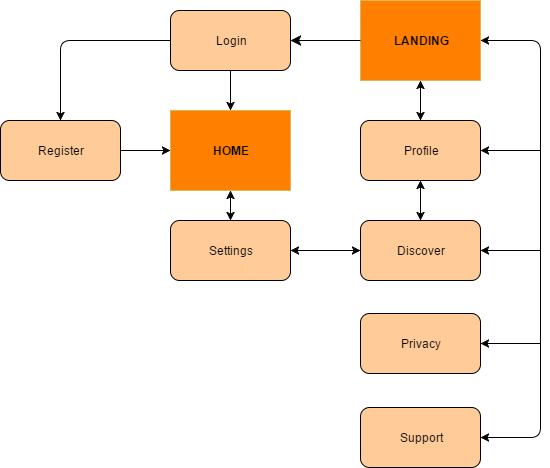
The draw.io diagram Images/Design/sitemap.png in NTanzeel/Fidelis-Report, before a commit. Source tidied: cells renumbered, new cells last; positions are measured from the earlier drawing's top-left corner, leaving out a move shared by most shapes. Its diagram source:
```xml
<mxGraphModel background="#ffffff">
  <root>
    <mxCell id="0" />
    <mxCell id="1" parent="0" />
    <mxCell id="2" style="group;" parent="1" vertex="1">
      <mxGeometry width="540" height="467" as="geometry" />
    </mxCell>
    <mxCell id="3" value="&lt;b&gt;LANDING&lt;/b&gt;" style="rounded=0;whiteSpace=wrap;html=1;fillColor=#FF8000;strokeColor=#d6b656;" parent="2" vertex="1">
      <mxGeometry x="360" width="120" height="80" as="geometry" />
    </mxCell>
    <mxCell id="4" value="Login" style="rounded=1;whiteSpace=wrap;html=1;fillColor=#FFCC99;strokeColor=#000000;" parent="2" vertex="1">
      <mxGeometry x="170" y="10" width="120" height="60" as="geometry" />
    </mxCell>
    <mxCell id="5" value="Register" style="rounded=1;whiteSpace=wrap;html=1;fillColor=#FFCC99;strokeColor=#000000;" parent="2" vertex="1">
      <mxGeometry y="120" width="120" height="60" as="geometry" />
    </mxCell>
    <mxCell id="6" value="&lt;b&gt;HOME&lt;/b&gt;" style="rounded=0;whiteSpace=wrap;html=1;fillColor=#FF8000;strokeColor=#d6b656;" parent="2" vertex="1">
      <mxGeometry x="170" y="110" width="120" height="80" as="geometry" />
    </mxCell>
    <mxCell id="7" value="Settings" style="rounded=1;whiteSpace=wrap;html=1;fillColor=#FFCC99;" parent="2" vertex="1">
      <mxGeometry x="170" y="220" width="120" height="60" as="geometry" />
    </mxCell>
    <mxCell id="8" value="Profile" style="rounded=1;whiteSpace=wrap;html=1;fillColor=#FFCC99;" parent="2" vertex="1">
      <mxGeometry x="360" y="120" width="120" height="60" as="geometry" />
    </mxCell>
    <mxCell id="9" value="Discover" style="rounded=1;whiteSpace=wrap;html=1;fillColor=#FFCC99;" parent="2" vertex="1">
      <mxGeometry x="360" y="220" width="120" height="60" as="geometry" />
    </mxCell>
    <mxCell id="10" style="endArrow=classic;html=1;entryX=1;entryY=0.5;exitX=0;exitY=0.5;endSize=8;startSize=8;" parent="2" edge="1" source="3" target="4">
      <mxGeometry relative="1" as="geometry" />
    </mxCell>
    <mxCell id="11" style="endArrow=classic;html=1;exitX=0.5;exitY=1;entryX=0.5;entryY=0;" parent="2" edge="1" source="4" target="6">
      <mxGeometry relative="1" as="geometry" />
    </mxCell>
    <mxCell id="12" style="endArrow=classic;html=1;entryX=1;entryY=0.5;rounded=1;exitX=1;exitY=0.5;startArrow=classic;startFill=1;" parent="2" edge="1" source="3" target="20">
      <mxGeometry relative="1" as="geometry">
        <Array as="points">
          <mxPoint x="540" y="40" />
          <mxPoint x="540" y="437" />
        </Array>
      </mxGeometry>
    </mxCell>
    <mxCell id="13" style="endArrow=classic;startArrow=classic;html=1;entryX=0.5;entryY=1;exitX=0.5;exitY=0;" parent="2" edge="1" source="8" target="3">
      <mxGeometry relative="1" as="geometry" />
    </mxCell>
    <mxCell id="14" style="endArrow=classic;startArrow=classic;html=1;entryX=0.5;entryY=1;exitX=0.5;exitY=0;" parent="2" edge="1" source="9" target="8">
      <mxGeometry relative="1" as="geometry" />
    </mxCell>
    <mxCell id="15" style="endArrow=classic;startArrow=classic;html=1;entryX=0;entryY=0.5;exitX=1;exitY=0.5;" parent="2" edge="1" source="7" target="9">
      <mxGeometry relative="1" as="geometry" />
    </mxCell>
    <mxCell id="16" style="endArrow=classic;startArrow=classic;html=1;entryX=0.5;entryY=1;exitX=0.5;exitY=0;" parent="2" edge="1" source="7" target="6">
      <mxGeometry relative="1" as="geometry" />
    </mxCell>
    <mxCell id="17" style="endArrow=classic;html=1;exitX=0;exitY=0.5;entryX=0.5;entryY=0;" parent="2" edge="1" source="4" target="5">
      <mxGeometry relative="1" as="geometry">
        <Array as="points">
          <mxPoint x="60" y="40" />
        </Array>
      </mxGeometry>
    </mxCell>
    <mxCell id="18" style="endArrow=classic;html=1;entryX=0;entryY=0.5;exitX=1;exitY=0.5;" parent="2" edge="1" source="5" target="6">
      <mxGeometry relative="1" as="geometry" />
    </mxCell>
    <mxCell id="19" value="Privacy" style="rounded=1;whiteSpace=wrap;html=1;fillColor=#FFCC99;" parent="2" vertex="1">
      <mxGeometry x="360" y="313" width="120" height="60" as="geometry" />
    </mxCell>
    <mxCell id="20" value="Support" style="rounded=1;whiteSpace=wrap;html=1;fillColor=#FFCC99;" parent="2" vertex="1">
      <mxGeometry x="360" y="407" width="120" height="60" as="geometry" />
    </mxCell>
    <mxCell id="21" style="endArrow=classic;html=1;entryX=1;entryY=0.5;" parent="2" edge="1" target="8">
      <mxGeometry relative="1" as="geometry">
        <mxPoint x="540" y="150" as="sourcePoint" />
      </mxGeometry>
    </mxCell>
    <mxCell id="22" style="endArrow=classic;html=1;entryX=1;entryY=0.5;" parent="2" edge="1">
      <mxGeometry relative="1" as="geometry">
        <mxPoint x="540" y="250" as="sourcePoint" />
        <mxPoint x="480" y="250" as="targetPoint" />
      </mxGeometry>
    </mxCell>
    <mxCell id="23" style="endArrow=classic;html=1;entryX=1;entryY=0.5;" parent="2" edge="1">
      <mxGeometry relative="1" as="geometry">
        <mxPoint x="540" y="343" as="sourcePoint" />
        <mxPoint x="480" y="343" as="targetPoint" />
      </mxGeometry>
    </mxCell>
  </root>
</mxGraphModel>
```
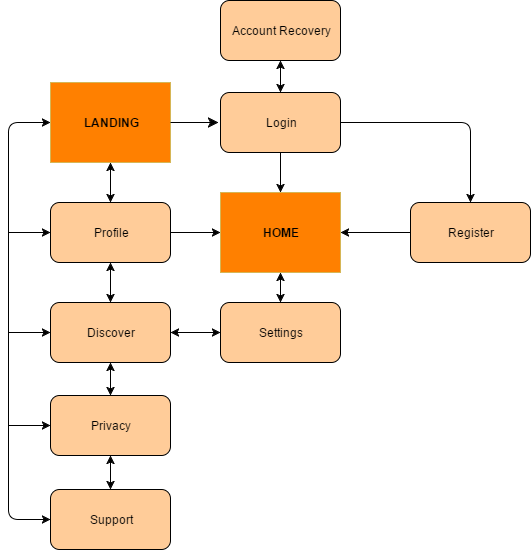
Later version of the same file.

Commit message:
Completed Authentication in UI design and modified sitemap

The edit, as a diff of the source:
```diff
@@ -1,89 +1,101 @@
-<mxGraphModel background="#ffffff">
+<mxGraphModel>
   <root>
     <mxCell id="0" />
     <mxCell id="1" parent="0" />
-    <mxCell id="2" style="group;" parent="1" vertex="1">
-      <mxGeometry width="540" height="467" as="geometry" />
-    </mxCell>
-    <mxCell id="3" value="&lt;b&gt;LANDING&lt;/b&gt;" style="rounded=0;whiteSpace=wrap;html=1;fillColor=#FF8000;strokeColor=#d6b656;" parent="2" vertex="1">
-      <mxGeometry x="360" width="120" height="80" as="geometry" />
+    <mxCell id="3" value="&lt;b&gt;LANDING&lt;/b&gt;" style="rounded=0;whiteSpace=wrap;html=1;fillColor=#FF8000;strokeColor=#d6b656;" parent="1" vertex="1">
+      <mxGeometry x="42" y="50" width="120" height="80" as="geometry" />
     </mxCell>
-    <mxCell id="4" value="Login" style="rounded=1;whiteSpace=wrap;html=1;fillColor=#FFCC99;strokeColor=#000000;" parent="2" vertex="1">
-      <mxGeometry x="170" y="10" width="120" height="60" as="geometry" />
+    <mxCell id="4" value="Login" style="rounded=1;whiteSpace=wrap;html=1;fillColor=#FFCC99;strokeColor=#000000;" parent="1" vertex="1">
+      <mxGeometry x="212" y="60" width="120" height="60" as="geometry" />
     </mxCell>
-    <mxCell id="5" value="Register" style="rounded=1;whiteSpace=wrap;html=1;fillColor=#FFCC99;strokeColor=#000000;" parent="2" vertex="1">
-      <mxGeometry y="120" width="120" height="60" as="geometry" />
+    <mxCell id="5" value="Profile" style="rounded=1;whiteSpace=wrap;html=1;fillColor=#FFCC99;strokeColor=#000000;" parent="1" vertex="1">
+      <mxGeometry x="42" y="170" width="120" height="60" as="geometry" />
     </mxCell>
-    <mxCell id="6" value="&lt;b&gt;HOME&lt;/b&gt;" style="rounded=0;whiteSpace=wrap;html=1;fillColor=#FF8000;strokeColor=#d6b656;" parent="2" vertex="1">
-      <mxGeometry x="170" y="110" width="120" height="80" as="geometry" />
+    <mxCell id="6" value="&lt;b&gt;HOME&lt;/b&gt;" style="rounded=0;whiteSpace=wrap;html=1;fillColor=#FF8000;strokeColor=#d6b656;" parent="1" vertex="1">
+      <mxGeometry x="212" y="160" width="120" height="80" as="geometry" />
     </mxCell>
-    <mxCell id="7" value="Settings" style="rounded=1;whiteSpace=wrap;html=1;fillColor=#FFCC99;" parent="2" vertex="1">
-      <mxGeometry x="170" y="220" width="120" height="60" as="geometry" />
+    <mxCell id="7" value="Settings" style="rounded=1;whiteSpace=wrap;html=1;fillColor=#FFCC99;" parent="1" vertex="1">
+      <mxGeometry x="212" y="270" width="120" height="60" as="geometry" />
     </mxCell>
-    <mxCell id="8" value="Profile" style="rounded=1;whiteSpace=wrap;html=1;fillColor=#FFCC99;" parent="2" vertex="1">
-      <mxGeometry x="360" y="120" width="120" height="60" as="geometry" />
+    <mxCell id="8" value="Register" style="rounded=1;whiteSpace=wrap;html=1;fillColor=#FFCC99;" parent="1" vertex="1">
+      <mxGeometry x="402" y="170" width="120" height="60" as="geometry" />
     </mxCell>
-    <mxCell id="9" value="Discover" style="rounded=1;whiteSpace=wrap;html=1;fillColor=#FFCC99;" parent="2" vertex="1">
-      <mxGeometry x="360" y="220" width="120" height="60" as="geometry" />
+    <mxCell id="9" value="Discover" style="rounded=1;whiteSpace=wrap;html=1;fillColor=#FFCC99;" parent="1" vertex="1">
+      <mxGeometry x="42" y="270" width="120" height="60" as="geometry" />
     </mxCell>
-    <mxCell id="10" style="endArrow=classic;html=1;entryX=1;entryY=0.5;exitX=0;exitY=0.5;endSize=8;startSize=8;" parent="2" edge="1" source="3" target="4">
-      <mxGeometry relative="1" as="geometry" />
+    <mxCell id="10" style="endArrow=classic;html=1;exitX=1;exitY=0.5;endSize=8;startSize=8;" parent="1" edge="1" source="3">
+      <mxGeometry relative="1" as="geometry">
+        <mxPoint x="210" y="90" as="targetPoint" />
+      </mxGeometry>
     </mxCell>
-    <mxCell id="11" style="endArrow=classic;html=1;exitX=0.5;exitY=1;entryX=0.5;entryY=0;" parent="2" edge="1" source="4" target="6">
+    <mxCell id="11" style="endArrow=classic;html=1;exitX=0.5;exitY=1;entryX=0.5;entryY=0;" parent="1" edge="1" source="4" target="6">
       <mxGeometry relative="1" as="geometry" />
     </mxCell>
-    <mxCell id="12" style="endArrow=classic;html=1;entryX=1;entryY=0.5;rounded=1;exitX=1;exitY=0.5;startArrow=classic;startFill=1;" parent="2" edge="1" source="3" target="20">
-      <mxGeometry relative="1" as="geometry">
-        <Array as="points">
-          <mxPoint x="540" y="40" />
-          <mxPoint x="540" y="437" />
-        </Array>
-      </mxGeometry>
-    </mxCell>
-    <mxCell id="13" style="endArrow=classic;startArrow=classic;html=1;entryX=0.5;entryY=1;exitX=0.5;exitY=0;" parent="2" edge="1" source="8" target="3">
-      <mxGeometry relative="1" as="geometry" />
-    </mxCell>
-    <mxCell id="14" style="endArrow=classic;startArrow=classic;html=1;entryX=0.5;entryY=1;exitX=0.5;exitY=0;" parent="2" edge="1" source="9" target="8">
-      <mxGeometry relative="1" as="geometry" />
-    </mxCell>
-    <mxCell id="15" style="endArrow=classic;startArrow=classic;html=1;entryX=0;entryY=0.5;exitX=1;exitY=0.5;" parent="2" edge="1" source="7" target="9">
+    <mxCell id="15" style="endArrow=classic;startArrow=classic;html=1;exitX=0;exitY=0.5;entryX=1;entryY=0.5;" parent="1" edge="1" source="7" target="9">
       <mxGeometry relative="1" as="geometry" />
     </mxCell>
-    <mxCell id="16" style="endArrow=classic;startArrow=classic;html=1;entryX=0.5;entryY=1;exitX=0.5;exitY=0;" parent="2" edge="1" source="7" target="6">
+    <mxCell id="16" style="endArrow=classic;startArrow=classic;html=1;entryX=0.5;entryY=1;exitX=0.5;exitY=0;" parent="1" edge="1" source="7" target="6">
       <mxGeometry relative="1" as="geometry" />
     </mxCell>
-    <mxCell id="17" style="endArrow=classic;html=1;exitX=0;exitY=0.5;entryX=0.5;entryY=0;" parent="2" edge="1" source="4" target="5">
-      <mxGeometry relative="1" as="geometry">
-        <Array as="points">
-          <mxPoint x="60" y="40" />
-        </Array>
-      </mxGeometry>
-    </mxCell>
-    <mxCell id="18" style="endArrow=classic;html=1;entryX=0;entryY=0.5;exitX=1;exitY=0.5;" parent="2" edge="1" source="5" target="6">
+    <mxCell id="18" style="endArrow=classic;html=1;entryX=0;entryY=0.5;exitX=1;exitY=0.5;" parent="1" edge="1" source="5" target="6">
       <mxGeometry relative="1" as="geometry" />
     </mxCell>
-    <mxCell id="19" value="Privacy" style="rounded=1;whiteSpace=wrap;html=1;fillColor=#FFCC99;" parent="2" vertex="1">
-      <mxGeometry x="360" y="313" width="120" height="60" as="geometry" />
+    <mxCell id="19" value="Privacy" style="rounded=1;whiteSpace=wrap;html=1;fillColor=#FFCC99;" parent="1" vertex="1">
+      <mxGeometry x="42" y="363" width="120" height="60" as="geometry" />
     </mxCell>
-    <mxCell id="20" value="Support" style="rounded=1;whiteSpace=wrap;html=1;fillColor=#FFCC99;" parent="2" vertex="1">
-      <mxGeometry x="360" y="407" width="120" height="60" as="geometry" />
+    <mxCell id="20" value="Support" style="rounded=1;whiteSpace=wrap;html=1;fillColor=#FFCC99;" parent="1" vertex="1">
+      <mxGeometry x="42" y="457" width="120" height="60" as="geometry" />
     </mxCell>
-    <mxCell id="21" style="endArrow=classic;html=1;entryX=1;entryY=0.5;" parent="2" edge="1" target="8">
-      <mxGeometry relative="1" as="geometry">
-        <mxPoint x="540" y="150" as="sourcePoint" />
-      </mxGeometry>
+    <mxCell id="21" style="endArrow=classic;html=1;entryX=1;entryY=0.5;exitX=0;exitY=0.5;" parent="1" edge="1" source="8" target="6">
+      <mxGeometry relative="1" as="geometry" />
     </mxCell>
-    <mxCell id="22" style="endArrow=classic;html=1;entryX=1;entryY=0.5;" parent="2" edge="1">
-      <mxGeometry relative="1" as="geometry">
-        <mxPoint x="540" y="250" as="sourcePoint" />
-        <mxPoint x="480" y="250" as="targetPoint" />
-      </mxGeometry>
-    </mxCell>
-    <mxCell id="23" style="endArrow=classic;html=1;entryX=1;entryY=0.5;" parent="2" edge="1">
-      <mxGeometry relative="1" as="geometry">
-        <mxPoint x="540" y="343" as="sourcePoint" />
-        <mxPoint x="480" y="343" as="targetPoint" />
-      </mxGeometry>
-    </mxCell>
+    <mxCell id="24" value="Account Recovery" style="rounded=1;whiteSpace=wrap;html=1;fillColor=#FFCC99;strokeColor=#000000;" parent="1" vertex="1">
+      <mxGeometry x="212" y="-32" width="120" height="60" as="geometry" />
+    </mxCell>
+    <mxCell id="25" style="endArrow=classic;startArrow=classic;html=1;entryX=0.5;entryY=1;exitX=0.5;exitY=0;" parent="1" edge="1" source="4" target="24">
+      <mxGeometry relative="1" as="geometry" />
+    </mxCell>
+    <mxCell id="26" style="endArrow=classic;html=1;exitX=1;exitY=0.5;entryX=0.5;entryY=0;" parent="1" edge="1" source="4" target="8">
+      <mxGeometry relative="1" as="geometry">
+        <Array as="points">
+          <mxPoint x="462" y="90" />
+        </Array>
+      </mxGeometry>
+    </mxCell>
+    <mxCell id="27" style="endArrow=classic;startArrow=classic;html=1;entryX=0.5;entryY=1;exitX=0.5;exitY=0;" parent="1" edge="1" source="5" target="3">
+      <mxGeometry relative="1" as="geometry" />
+    </mxCell>
+    <mxCell id="28" style="endArrow=classic;startArrow=classic;html=1;entryX=0.5;entryY=1;exitX=0.5;exitY=0;" parent="1" edge="1" source="9" target="5">
+      <mxGeometry relative="1" as="geometry" />
+    </mxCell>
+    <mxCell id="29" style="endArrow=classic;startArrow=classic;html=1;entryX=0.5;entryY=1;exitX=0.5;exitY=0;" parent="1" edge="1" source="19" target="9">
+      <mxGeometry relative="1" as="geometry" />
+    </mxCell>
+    <mxCell id="30" style="endArrow=classic;startArrow=classic;html=1;entryX=0.5;entryY=1;exitX=0.5;exitY=0;" parent="1" edge="1" source="20" target="19">
+      <mxGeometry relative="1" as="geometry" />
+    </mxCell>
+    <mxCell id="12" style="endArrow=classic;html=1;entryX=0;entryY=0.5;startArrow=classic;startFill=1;exitX=0;exitY=0.5;" parent="1" edge="1" source="3" target="20">
+      <mxGeometry relative="1" as="geometry">
+        <Array as="points">
+          <mxPoint y="90" />
+          <mxPoint y="487" />
+        </Array>
+      </mxGeometry>
+    </mxCell>
+    <mxCell id="31" style="endArrow=classic;html=1;entryX=0;entryY=0.5;" parent="1" edge="1" target="5">
+      <mxGeometry relative="1" as="geometry">
+        <mxPoint y="200" as="sourcePoint" />
+      </mxGeometry>
+    </mxCell>
+    <mxCell id="32" style="endArrow=classic;html=1;entryX=0;entryY=0.5;" parent="1" edge="1" target="9">
+      <mxGeometry relative="1" as="geometry">
+        <mxPoint y="300" as="sourcePoint" />
+      </mxGeometry>
+    </mxCell>
+    <mxCell id="33" style="endArrow=classic;html=1;entryX=0;entryY=0.5;" parent="1" edge="1" target="19">
+      <mxGeometry relative="1" as="geometry">
+        <mxPoint y="393" as="sourcePoint" />
+      </mxGeometry>
+    </mxCell>
   </root>
 </mxGraphModel>
```
